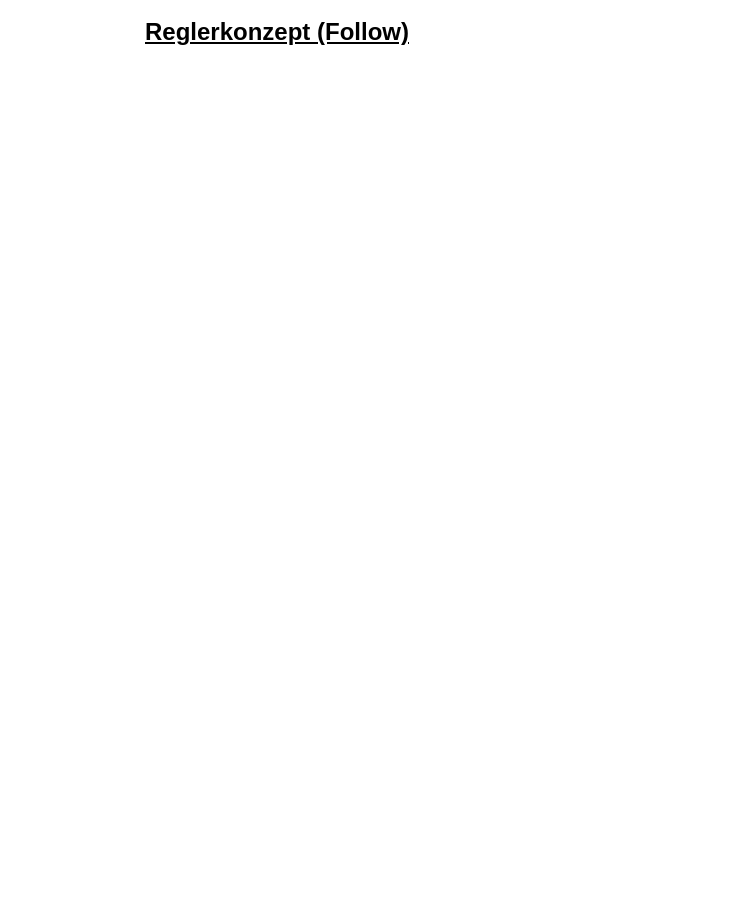
yaba-source/canalchecker keeps this draw.io diagram as page "Follow" (3 of 3) of Doku/Regler/reglerkonzept.drawio. Above is the earlier version. Source tidied: cells renumbered, new cells numbered last; positions are measured from the earlier drawing's top-left corner, leaving out a move shared by most shapes. Both pictures are drawn from the tidied source at 100%, with x=0, y=0 at pixel (97, 17).
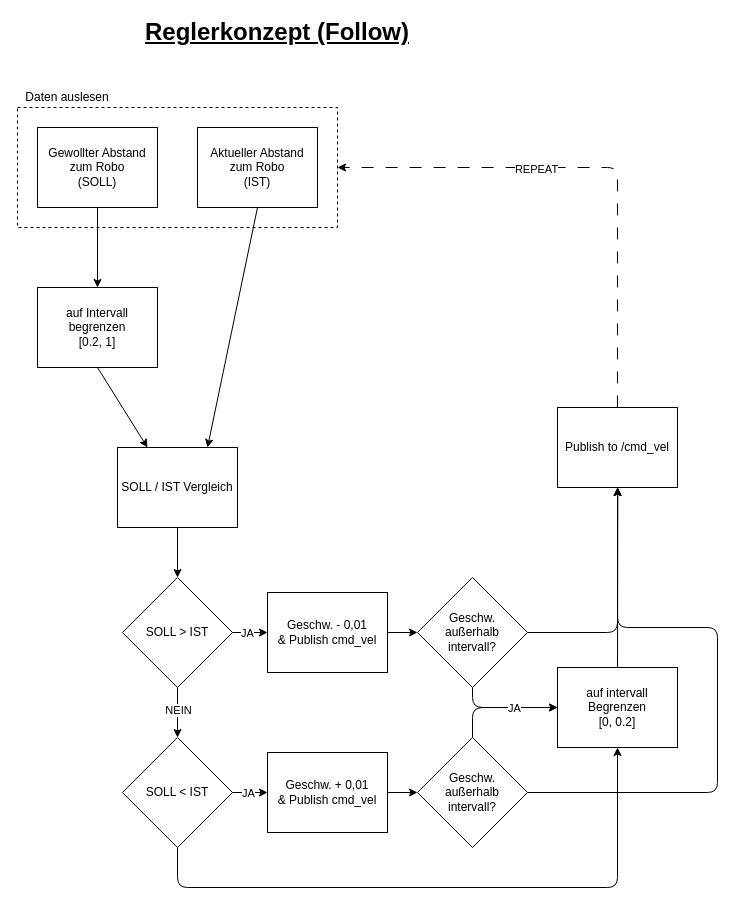
The same page after the edit.

Diff of the diagram source:
```diff
@@
+    <mxCell id="3" style="rounded=0;whiteSpace=wrap;html=1;fillColor=none;dashed=1;" parent="1" vertex="1">
+      <mxGeometry x="-80" y="90" width="320" height="120" as="geometry" />
+    </mxCell>
+    <mxCell id="4" style="edgeStyle=none;html=1;exitX=0.5;exitY=1;exitDx=0;exitDy=0;entryX=0.75;entryY=0;entryDx=0;entryDy=0;" parent="1" edge="1" source="5" target="7">
+      <mxGeometry relative="1" as="geometry" />
+    </mxCell>
+    <mxCell id="5" value="Aktueller Abstand zum Robo&lt;div&gt;(IST)&lt;/div&gt;" style="rounded=0;whiteSpace=wrap;html=1;" parent="1" vertex="1">
+      <mxGeometry x="100" y="110" width="120" height="80" as="geometry" />
+    </mxCell>
+    <mxCell id="6" style="edgeStyle=none;html=1;exitX=0.5;exitY=1;exitDx=0;exitDy=0;entryX=0.5;entryY=0;entryDx=0;entryDy=0;" parent="1" edge="1" source="7" target="11">
+      <mxGeometry relative="1" as="geometry" />
+    </mxCell>
+    <mxCell id="7" value="SOLL / IST Vergleich" style="rounded=0;whiteSpace=wrap;html=1;" parent="1" vertex="1">
+      <mxGeometry x="20" y="430" width="120" height="80" as="geometry" />
+    </mxCell>
+    <mxCell id="8" value="Gewollter Abstand zum Robo&lt;div&gt;(SOLL)&lt;/div&gt;" style="rounded=0;whiteSpace=wrap;html=1;" parent="1" vertex="1">
+      <mxGeometry x="-60" y="110" width="120" height="80" as="geometry" />
+    </mxCell>
+    <mxCell id="9" style="edgeStyle=none;html=1;exitX=1;exitY=0.5;exitDx=0;exitDy=0;entryX=0;entryY=0.5;entryDx=0;entryDy=0;" parent="1" edge="1" source="11" target="20">
+      <mxGeometry relative="1" as="geometry" />
+    </mxCell>
+    <mxCell id="10" value="JA" style="edgeLabel;html=1;align=center;verticalAlign=middle;" parent="9" vertex="1">
+      <mxGeometry x="-0.06" y="-2" relative="1" as="geometry">
+        <mxPoint x="-2" y="-2" as="offset" />
+      </mxGeometry>
+    </mxCell>
+    <mxCell id="11" value="SOLL &amp;gt; IST" style="rhombus;whiteSpace=wrap;html=1;" parent="1" vertex="1">
+      <mxGeometry x="25" y="560" width="110" height="110" as="geometry" />
+    </mxCell>
+    <mxCell id="12" style="edgeStyle=none;html=1;exitX=1;exitY=0.5;exitDx=0;exitDy=0;entryX=0;entryY=0.5;entryDx=0;entryDy=0;" parent="1" edge="1" source="15" target="22">
+      <mxGeometry relative="1" as="geometry" />
+    </mxCell>
+    <mxCell id="13" value="JA" style="edgeLabel;html=1;align=center;verticalAlign=middle;" parent="12" vertex="1">
+      <mxGeometry x="-0.49" y="-3" relative="1" as="geometry">
+        <mxPoint x="6" y="-3" as="offset" />
+      </mxGeometry>
+    </mxCell>
+    <mxCell id="14" style="edgeStyle=none;html=1;exitX=0.5;exitY=1;exitDx=0;exitDy=0;entryX=0.5;entryY=1;entryDx=0;entryDy=0;" parent="1" edge="1" source="15" target="34">
+      <mxGeometry relative="1" as="geometry">
+        <Array as="points">
+          <mxPoint x="80" y="870" />
+          <mxPoint x="520" y="870" />
+        </Array>
+      </mxGeometry>
+    </mxCell>
+    <mxCell id="15" value="SOLL &amp;lt; IST" style="rhombus;whiteSpace=wrap;html=1;" parent="1" vertex="1">
+      <mxGeometry x="25" y="720" width="110" height="110" as="geometry" />
+    </mxCell>
+    <mxCell id="16" style="edgeStyle=none;html=1;exitX=0.5;exitY=1;exitDx=0;exitDy=0;entryX=0.5;entryY=0;entryDx=0;entryDy=0;" parent="1" edge="1" source="11" target="15">
+      <mxGeometry relative="1" as="geometry" />
+    </mxCell>
+    <mxCell id="17" value="NEIN" style="edgeLabel;html=1;align=center;verticalAlign=middle;" parent="16" vertex="1">
+      <mxGeometry x="-0.12" relative="1" as="geometry" />
+    </mxCell>
+    <mxCell id="18" value="Daten auslesen" style="text;html=1;align=center;verticalAlign=middle;whiteSpace=wrap;rounded=0;" parent="1" vertex="1">
+      <mxGeometry x="-80" y="70" width="100" height="20" as="geometry" />
+    </mxCell>
+    <mxCell id="19" style="edgeStyle=none;html=1;exitX=1;exitY=0.5;exitDx=0;exitDy=0;entryX=0;entryY=0.5;entryDx=0;entryDy=0;" parent="1" edge="1" source="20" target="25">
+      <mxGeometry relative="1" as="geometry" />
+    </mxCell>
+    <mxCell id="20" value="Geschw. - 0,01&lt;div&gt;&amp;amp; Publish cmd_vel&lt;/div&gt;" style="rounded=0;whiteSpace=wrap;html=1;" parent="1" vertex="1">
+      <mxGeometry x="170" y="575" width="120" height="80" as="geometry" />
+    </mxCell>
+    <mxCell id="21" style="edgeStyle=none;html=1;exitX=1;exitY=0.5;exitDx=0;exitDy=0;entryX=0;entryY=0.5;entryDx=0;entryDy=0;" parent="1" edge="1" source="22" target="29">
+      <mxGeometry relative="1" as="geometry" />
+    </mxCell>
+    <mxCell id="22" value="Geschw. + 0,01&lt;div&gt;&amp;amp; Publish cmd_vel&lt;/div&gt;" style="rounded=0;whiteSpace=wrap;html=1;" parent="1" vertex="1">
+      <mxGeometry x="170" y="735" width="120" height="80" as="geometry" />
+    </mxCell>
+    <mxCell id="23" style="edgeStyle=none;html=1;exitX=0.5;exitY=1;exitDx=0;exitDy=0;entryX=0;entryY=0.5;entryDx=0;entryDy=0;" parent="1" edge="1" source="25" target="34">
+      <mxGeometry relative="1" as="geometry">
+        <Array as="points">
+          <mxPoint x="375" y="690" />
+        </Array>
+      </mxGeometry>
+    </mxCell>
+    <mxCell id="24" style="edgeStyle=none;html=1;exitX=1;exitY=0.5;exitDx=0;exitDy=0;" parent="1" edge="1" source="25">
+      <mxGeometry relative="1" as="geometry">
+        <mxPoint x="520" y="470" as="targetPoint" />
+        <Array as="points">
+          <mxPoint x="520" y="615" />
+        </Array>
+      </mxGeometry>
+    </mxCell>
+    <mxCell id="25" value="Geschw.&lt;br&gt;außerhalb&lt;br&gt;intervall?" style="rhombus;whiteSpace=wrap;html=1;" parent="1" vertex="1">
+      <mxGeometry x="320" y="560" width="110" height="110" as="geometry" />
+    </mxCell>
+    <mxCell id="26" style="edgeStyle=none;html=1;exitX=0.5;exitY=0;exitDx=0;exitDy=0;entryX=0;entryY=0.5;entryDx=0;entryDy=0;" parent="1" edge="1" source="29" target="34">
+      <mxGeometry relative="1" as="geometry">
+        <Array as="points">
+          <mxPoint x="375" y="690" />
+        </Array>
+      </mxGeometry>
+    </mxCell>
+    <mxCell id="27" value="JA" style="edgeLabel;html=1;align=center;verticalAlign=middle;" parent="26" vertex="1">
+      <mxGeometry x="0.24" relative="1" as="geometry" />
+    </mxCell>
+    <mxCell id="28" style="edgeStyle=none;html=1;exitX=1;exitY=0.5;exitDx=0;exitDy=0;" parent="1" edge="1" source="29">
+      <mxGeometry relative="1" as="geometry">
+        <mxPoint x="520" y="470" as="targetPoint" />
+        <Array as="points">
+          <mxPoint x="620" y="775" />
+          <mxPoint x="620" y="610" />
+          <mxPoint x="520" y="610" />
+        </Array>
+      </mxGeometry>
+    </mxCell>
+    <mxCell id="29" value="Geschw.&lt;br&gt;außerhalb&lt;br&gt;intervall?" style="rhombus;whiteSpace=wrap;html=1;" parent="1" vertex="1">
+      <mxGeometry x="320" y="720" width="110" height="110" as="geometry" />
+    </mxCell>
+    <mxCell id="30" style="edgeStyle=none;html=1;exitX=0.5;exitY=0;exitDx=0;exitDy=0;entryX=1;entryY=0.5;entryDx=0;entryDy=0;dashed=1;dashPattern=12 12;" parent="1" edge="1" source="32" target="3">
+      <mxGeometry relative="1" as="geometry">
+        <Array as="points">
+          <mxPoint x="520" y="150" />
+        </Array>
+      </mxGeometry>
+    </mxCell>
+    <mxCell id="31" value="REPEAT" style="edgeLabel;html=1;align=center;verticalAlign=middle;" parent="30" vertex="1">
+      <mxGeometry x="0.24" y="1" relative="1" as="geometry" />
+    </mxCell>
+    <mxCell id="32" value="Publish to /cmd_vel" style="rounded=0;whiteSpace=wrap;html=1;" parent="1" vertex="1">
+      <mxGeometry x="460" y="390" width="120" height="80" as="geometry" />
+    </mxCell>
+    <mxCell id="33" style="edgeStyle=none;html=1;exitX=0.5;exitY=0;exitDx=0;exitDy=0;" parent="1" edge="1" source="34">
+      <mxGeometry relative="1" as="geometry">
+        <mxPoint x="520.3" y="470" as="targetPoint" />
+      </mxGeometry>
+    </mxCell>
+    <mxCell id="34" value="auf intervall Begrenzen&lt;br&gt;&lt;div&gt;[0, 0.2]&lt;/div&gt;" style="rounded=0;whiteSpace=wrap;html=1;" parent="1" vertex="1">
+      <mxGeometry x="460" y="650" width="120" height="80" as="geometry" />
+    </mxCell>
+    <mxCell id="35" style="edgeStyle=none;html=1;entryX=0.5;entryY=0;entryDx=0;entryDy=0;" parent="1" edge="1" source="8" target="37">
+      <mxGeometry relative="1" as="geometry" />
+    </mxCell>
+    <mxCell id="36" style="edgeStyle=none;html=1;exitX=0.5;exitY=1;exitDx=0;exitDy=0;entryX=0.25;entryY=0;entryDx=0;entryDy=0;" parent="1" edge="1" source="37" target="7">
+      <mxGeometry relative="1" as="geometry" />
+    </mxCell>
+    <mxCell id="37" value="auf Intervall begrenzen&lt;div&gt;[0.2, 1]&lt;/div&gt;" style="rounded=0;whiteSpace=wrap;html=1;" parent="1" vertex="1">
+      <mxGeometry x="-60" y="270" width="120" height="80" as="geometry" />
+    </mxCell>
```
